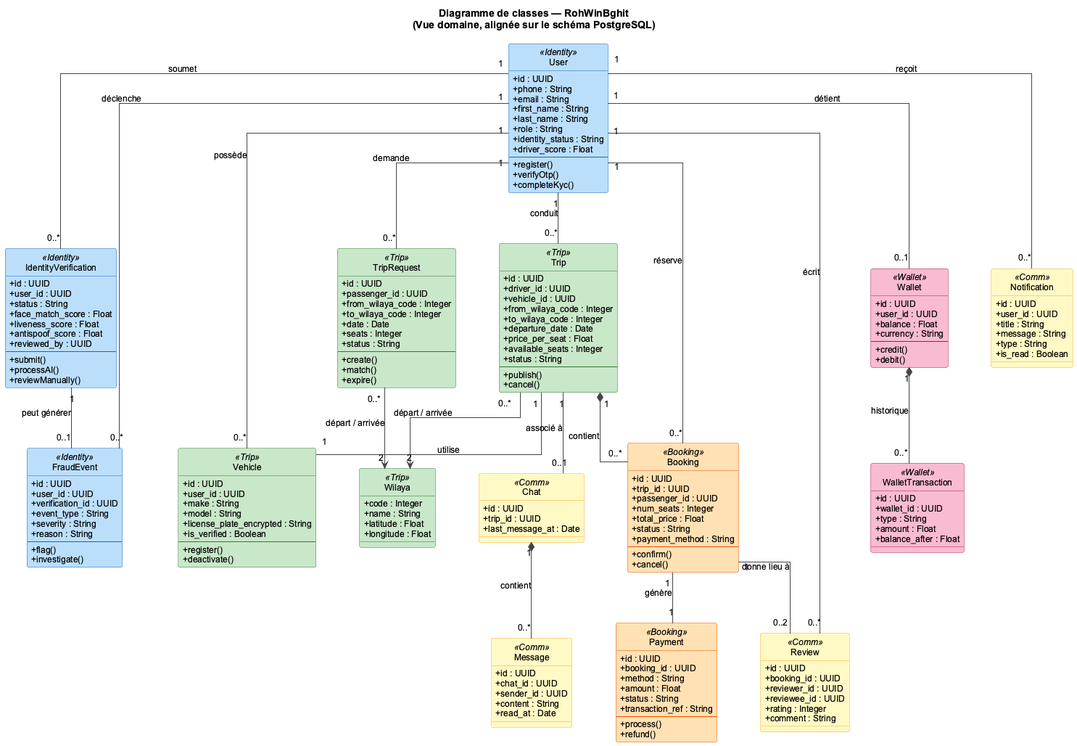
The PlantUML diagram plantuml/output/fig_class_diagram.png in Belhormamohamed13/Memiore_RohWinBghit, before a commit.
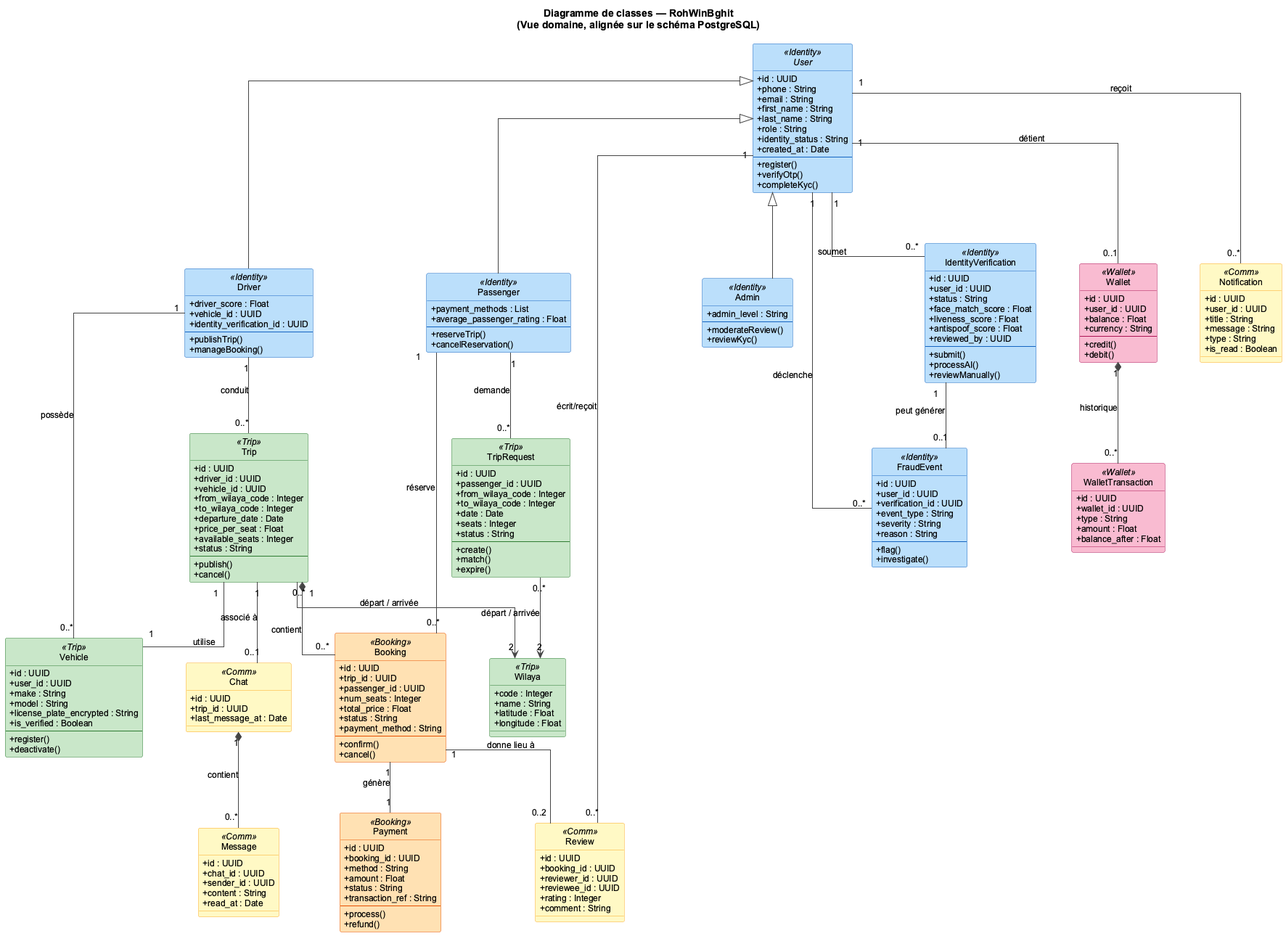
The same diagram one commit later.

Commit message:
docs: implement SMART objectives, Scrum methodology details, abstract User UML class, e-commerce Law 18-05 & data protection Law 25-11 compliance

Change to the diagram source:
```diff
@@ -26,7 +26,7 @@
 
 title Diagramme de classes — RohWinBghit\n(Vue domaine, alignée sur le schéma PostgreSQL)
 
-class User <<Identity>> {
+abstract class User <<Identity>> {
   + id : UUID
   + phone : String
   + email : String
@@ -34,11 +34,35 @@
   + last_name : String
   + role : String
   + identity_status : String
-  + driver_score : Float
+  + created_at : Date
   --
   + register()
   + verifyOtp()
   + completeKyc()
+}
+
+class Passenger <<Identity>> {
+  + payment_methods : List
+  + average_passenger_rating : Float
+  --
+  + reserveTrip()
+  + cancelReservation()
+}
+
+class Driver <<Identity>> {
+  + driver_score : Float
+  + vehicle_id : UUID
+  + identity_verification_id : UUID
+  --
+  + publishTrip()
+  + manageBooking()
+}
+
+class Admin <<Identity>> {
+  + admin_level : String
+  --
+  + moderateReview()
+  + reviewKyc()
 }
 
 class IdentityVerification <<Identity>> {
@@ -190,15 +214,19 @@
   + comment : String
 }
 
-User "1" -- "0..*" Vehicle : "possède"
-User "1" -- "0..*" Trip : "conduit"
-User "1" -- "0..*" Booking : "réserve"
-User "1" -- "0..*" TripRequest : "demande"
+User <|-- Passenger
+User <|-- Driver
+User <|-- Admin
+
+Driver "1" -- "0..*" Vehicle : "possède"
+Driver "1" -- "0..*" Trip : "conduit"
+Passenger "1" -- "0..*" Booking : "réserve"
+Passenger "1" -- "0..*" TripRequest : "demande"
 User "1" -- "0..1" Wallet : "détient"
 User "1" -- "0..*" Notification : "reçoit"
 User "1" -- "0..*" IdentityVerification : "soumet"
 User "1" -- "0..*" FraudEvent : "déclenche"
-User "1" -- "0..*" Review : "écrit"
+User "1" -- "0..*" Review : "écrit/reçoit"
 
 IdentityVerification "1" -- "0..1" FraudEvent : "peut générer"
 
```
